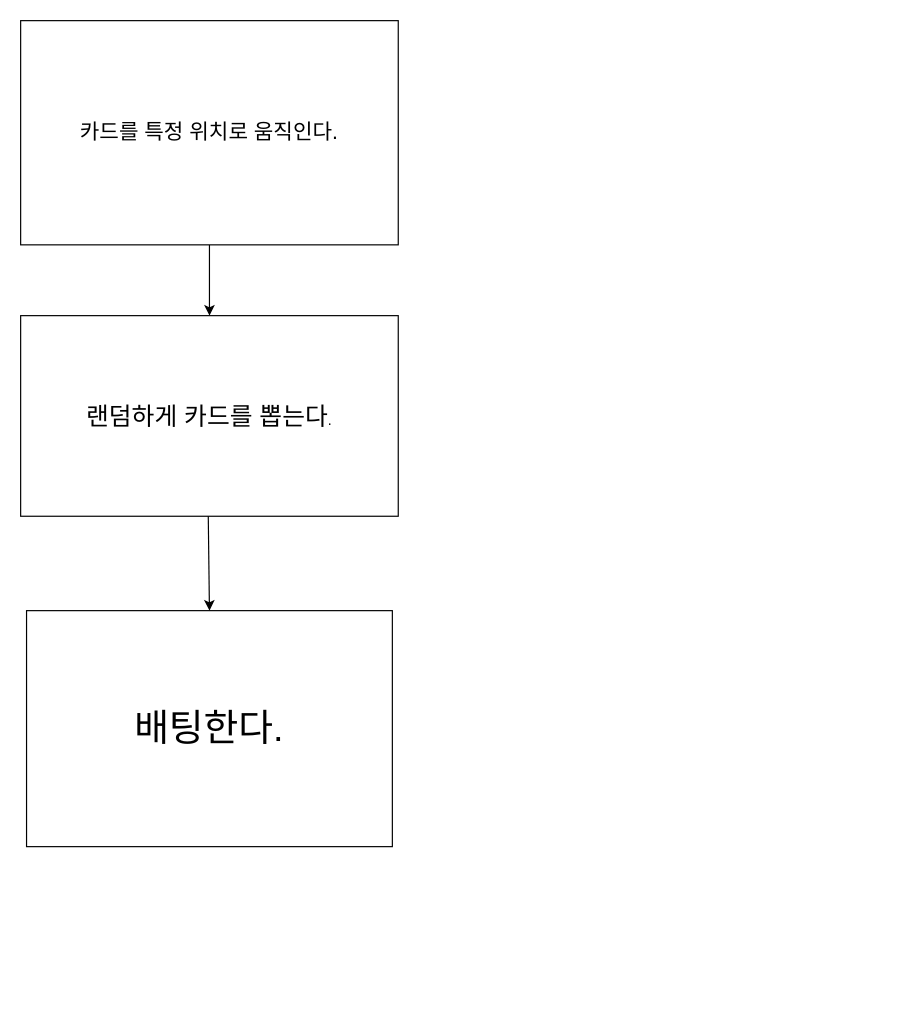
This is SimpleCardGame/cardgame.drawio from EffortLEE1008/unity_cardgame, a draw.io file, before an edit. Source tidied: cells renumbered, new cells numbered last; positions are measured from the earlier drawing's top-left corner, leaving out a move shared by most shapes. Both pictures are drawn from the tidied source at 118%, with x=0, y=0 at pixel (20, 20).
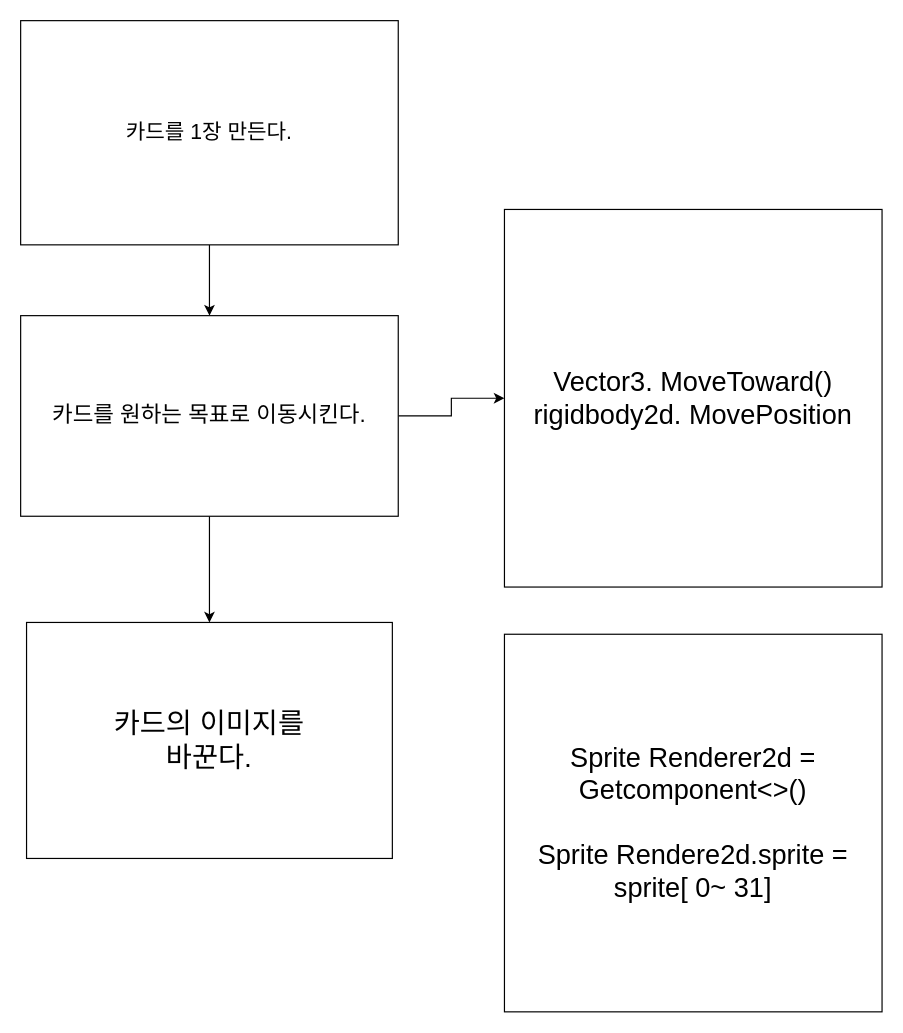
The same diagram, later.

What changed in the source:
```diff
@@
 <mxGraphModel>
   <root>
     <mxCell id="0" />
     <mxCell id="1" parent="0" />
     <mxCell id="2" style="edgeStyle=orthogonalEdgeStyle;rounded=0;jettySize=auto;html=1;" parent="1" edge="1" source="3" target="4">
       <mxGeometry relative="1" as="geometry" />
     </mxCell>
-    <mxCell id="3" value="&lt;font style=&quot;font-size: 18px;&quot;&gt;카드를 특정 위치로 움직인다.&lt;/font&gt;" style="rounded=0;whiteSpace=wrap;html=1;" parent="1" vertex="1">
+    <mxCell id="3" value="&lt;span style=&quot;font-size: 18px;&quot;&gt;카드를 1장 만든다.&lt;/span&gt;" style="rounded=0;whiteSpace=wrap;html=1;" parent="1" vertex="1">
       <mxGeometry width="320" height="190" as="geometry" />
     </mxCell>
+    <mxCell id="7" style="edgeStyle=orthogonalEdgeStyle;rounded=0;jettySize=auto;html=1;" parent="1" edge="1" source="4" target="5">
+      <mxGeometry relative="1" as="geometry" />
+    </mxCell>
+    <mxCell id="8" style="edgeStyle=orthogonalEdgeStyle;rounded=0;jettySize=auto;html=1;" parent="1" edge="1" source="4" target="9">
+      <mxGeometry relative="1" as="geometry" />
+    </mxCell>
-    <mxCell id="4" value="&lt;font style=&quot;font-size: 21px;&quot;&gt;랜덤하게 카드를 뽑는다&lt;/font&gt;." style="rounded=0;whiteSpace=wrap;html=1;" parent="1" vertex="1">
+    <mxCell id="4" value="&lt;font style=&quot;font-size: 19px;&quot;&gt;카드를 원하는 목표로 이동시킨다.&lt;/font&gt;" style="rounded=0;whiteSpace=wrap;html=1;" parent="1" vertex="1">
       <mxGeometry y="250" width="320" height="170" as="geometry" />
     </mxCell>
-    <mxCell id="5" value="&lt;font style=&quot;font-size: 32px;&quot;&gt;배팅한다.&lt;/font&gt;" style="rounded=0;whiteSpace=wrap;html=1;" parent="1" vertex="1">
-      <mxGeometry x="5" y="500" width="310" height="200" as="geometry" />
+    <mxCell id="5" value="&lt;span style=&quot;font-size: 24px;&quot;&gt;카드의 이미지를&lt;br&gt;바꾼다.&lt;br&gt;&lt;/span&gt;" style="rounded=0;whiteSpace=wrap;html=1;" parent="1" vertex="1">
+      <mxGeometry x="5" y="510" width="310" height="200" as="geometry" />
     </mxCell>
-    <mxCell id="6" style="endArrow=classic;html=1;rounded=0;entryX=0.5;entryY=0;entryDx=0;entryDy=0;" parent="1" edge="1" target="5">
-      <mxGeometry relative="1" as="geometry">
-        <mxPoint x="159" y="420" as="sourcePoint" />
-      </mxGeometry>
-    </mxCell>
+    <mxCell id="9" value="&lt;font style=&quot;font-size: 23px;&quot;&gt;Vector3. MoveToward()&lt;br&gt;rigidbody2d. MovePosition&lt;/font&gt;" style="whiteSpace=wrap;html=1;" parent="1" vertex="1">
+      <mxGeometry x="410" y="160" width="320" height="320" as="geometry" />
+    </mxCell>
+    <mxCell id="10" value="&lt;span style=&quot;font-size: 23px;&quot;&gt;Sprite Renderer2d = Getcomponent&amp;lt;&amp;gt;()&lt;br&gt;&lt;br&gt;Sprite Rendere2d.sprite = sprite[ 0~ 31]&lt;br&gt;&lt;/span&gt;" style="whiteSpace=wrap;html=1;" parent="1" vertex="1">
+      <mxGeometry x="410" y="520" width="320" height="320" as="geometry" />
+    </mxCell>
   </root>
 </mxGraphModel>
```
